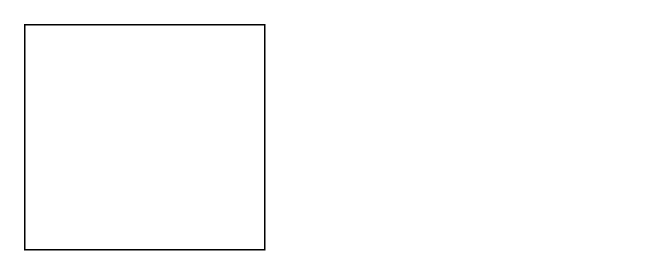
Earlier version of the draw.io diagram page "Page-1" (1 of 2) of doc/arch.drawio (ISSuh/link). Source tidied: cells renumbered, new cells numbered last; positions are measured from the earlier drawing's top-left corner, leaving out a move shared by most shapes. Both pictures are drawn from the tidied source at 150%, with x=0, y=0 at pixel (24, 24).
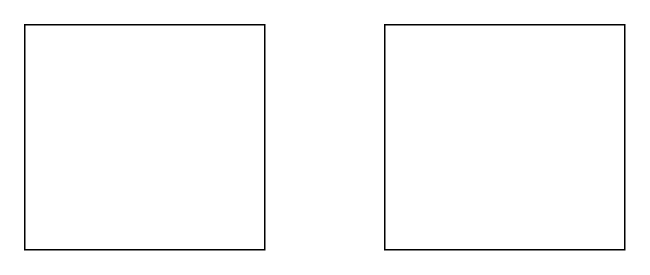
The same diagram, later.

The edit, as a diff of the source:
```diff
@@
 <mxGraphModel>
   <root>
     <mxCell id="0" />
     <mxCell id="1" parent="0" />
     <mxCell id="2" style="rounded=0;whiteSpace=wrap;html=1;" parent="1" vertex="1">
       <mxGeometry width="160" height="150" as="geometry" />
     </mxCell>
+    <mxCell id="3" style="rounded=0;whiteSpace=wrap;html=1;" parent="1" vertex="1">
+      <mxGeometry x="240" width="160" height="150" as="geometry" />
+    </mxCell>
   </root>
 </mxGraphModel>
```
